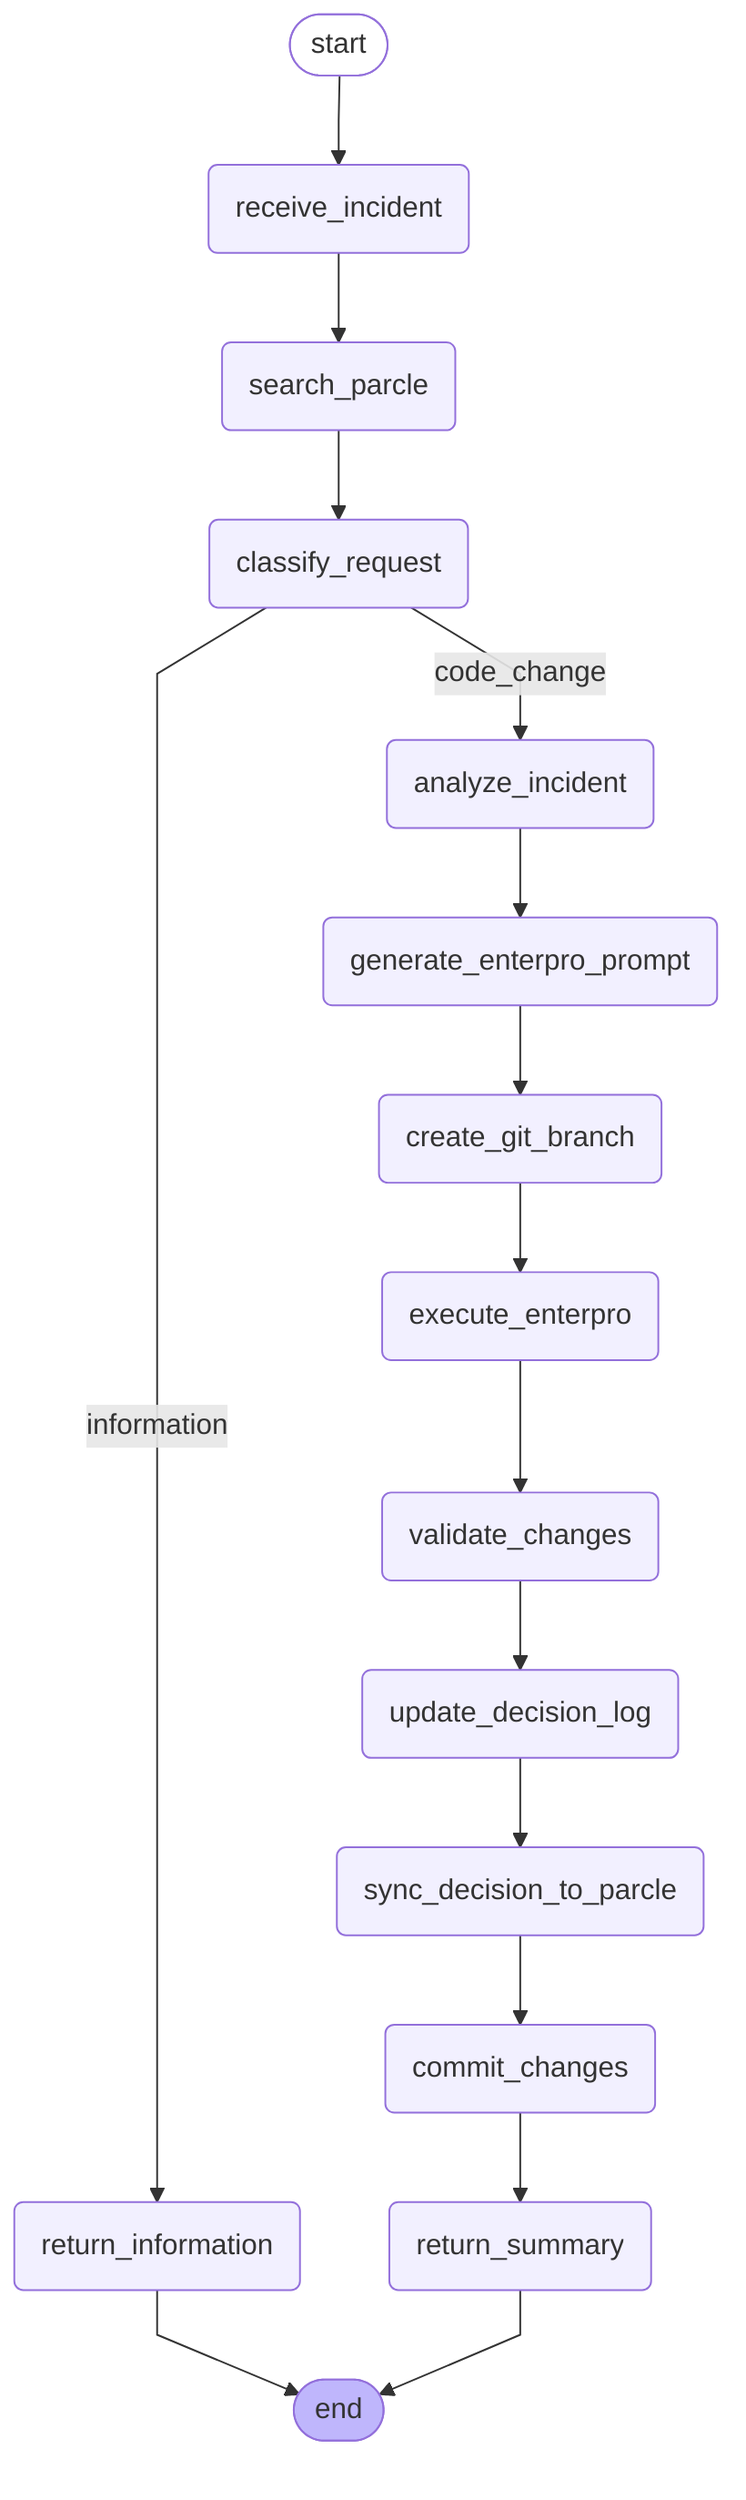
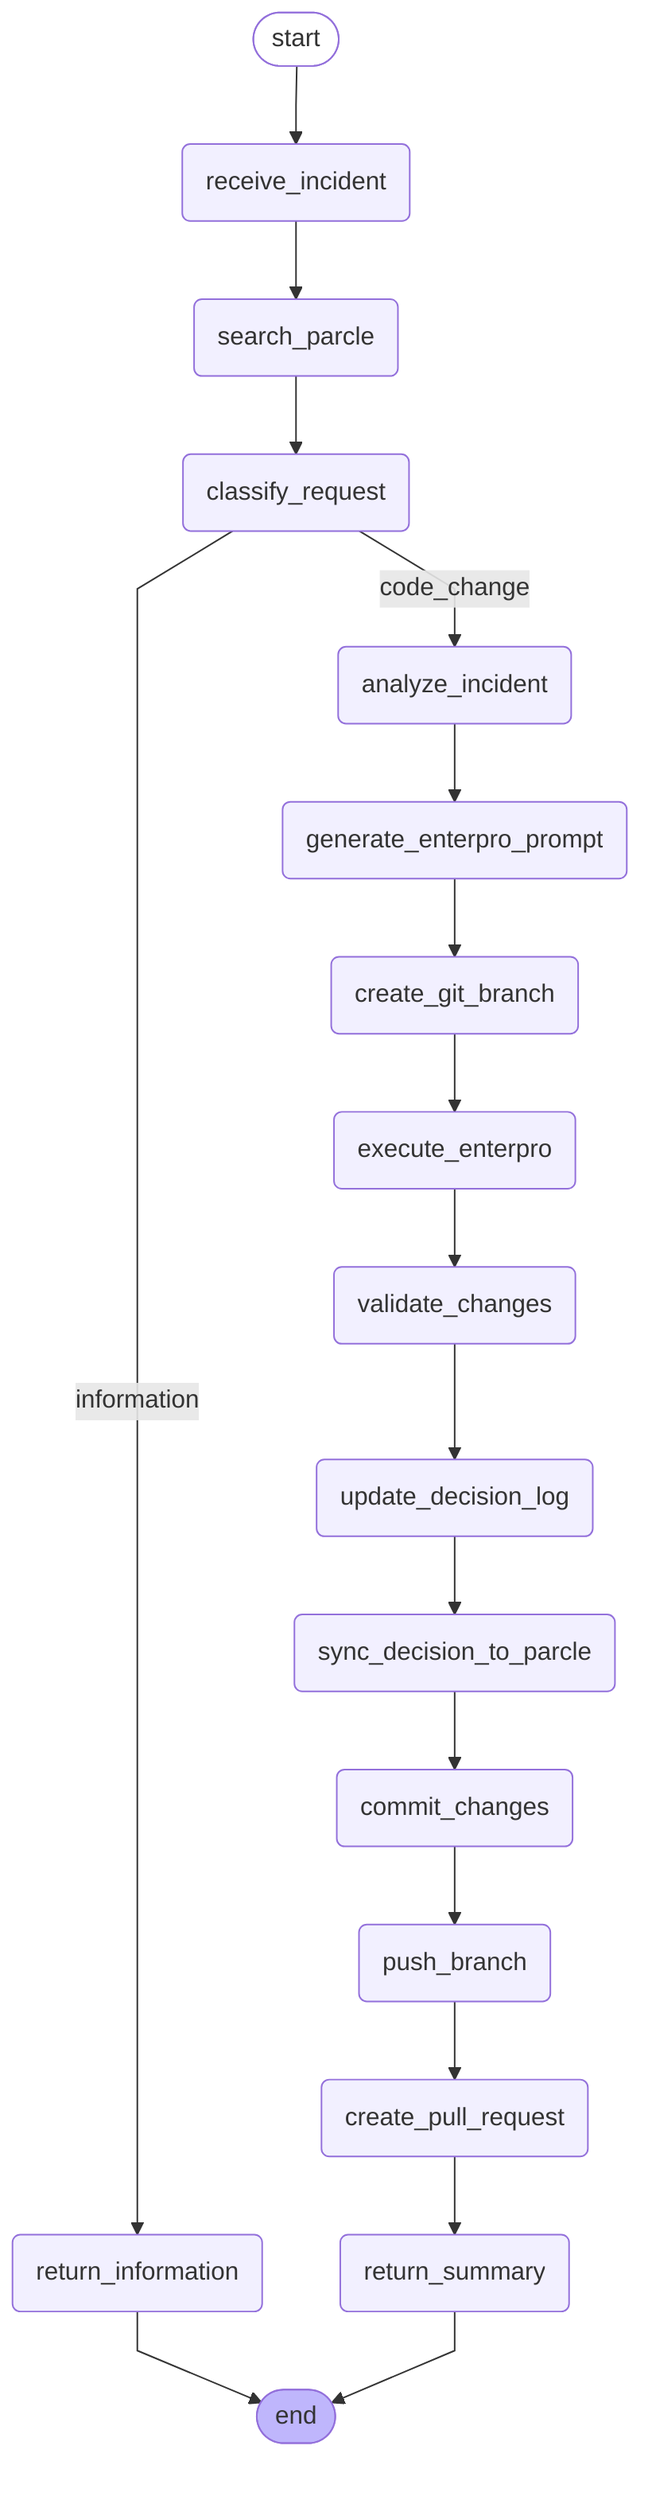
---
config:
  flowchart:
    curve: linear
---
graph TD;
    __start__([start]):::first
    receive_incident(receive_incident)
    search_parcle(search_parcle)
    classify_request(classify_request)
    return_information(return_information)
    analyze_incident(analyze_incident)
    generate_enterpro_prompt(generate_enterpro_prompt)
    create_git_branch(create_git_branch)
    execute_enterpro(execute_enterpro)
    validate_changes(validate_changes)
    update_decision_log(update_decision_log)
    sync_decision_to_parcle(sync_decision_to_parcle)
    commit_changes(commit_changes)
+     push_branch(push_branch)
+     create_pull_request(create_pull_request)
    return_summary(return_summary)
    __end__([end]):::last
    __start__ --> receive_incident;
    receive_incident --> search_parcle;
    search_parcle --> classify_request;
    classify_request -- information --> return_information;
    return_information --> __end__;
    classify_request -- code_change --> analyze_incident;
    analyze_incident --> generate_enterpro_prompt;
    generate_enterpro_prompt --> create_git_branch;
    create_git_branch --> execute_enterpro;
    execute_enterpro --> validate_changes;
    validate_changes --> update_decision_log;
    update_decision_log --> sync_decision_to_parcle;
    sync_decision_to_parcle --> commit_changes;
-     commit_changes --> return_summary;
+     commit_changes --> push_branch;
+     push_branch --> create_pull_request;
+     create_pull_request --> return_summary;
    return_summary --> __end__;
    classDef default fill:#f2f0ff,line-height:1.2
    classDef first fill-opacity:0
    classDef last fill:#bfb6fc
